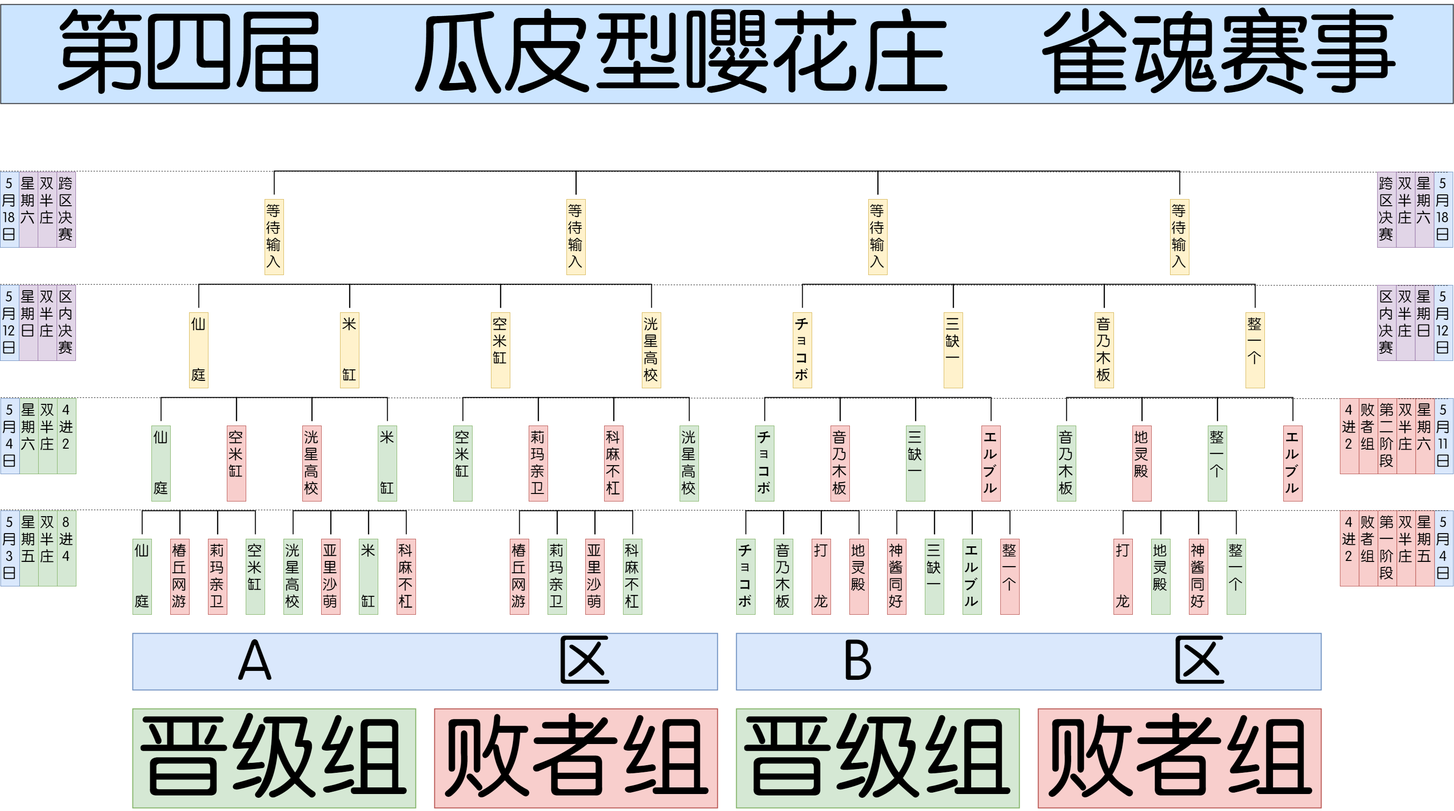
The draw.io diagram Tree Diagram/Tree Diagram-4th.png in psc2350/pcr.mahjong.hexo, before a commit. Source tidied: cells renumbered, new cells last; positions are measured from the earlier drawing's top-left corner, leaving out a move shared by most shapes.
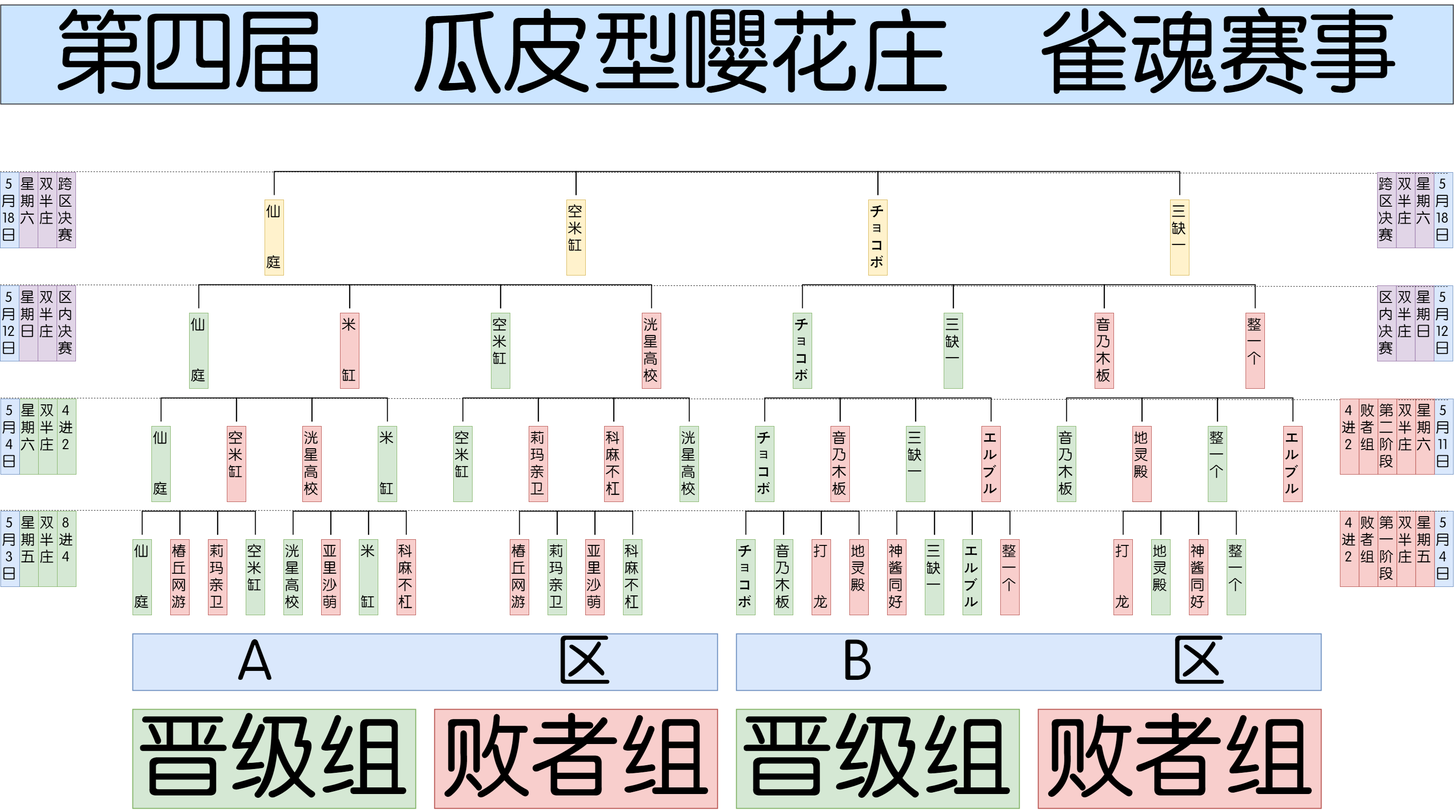
After the change.

Commit message:
Tree Diagram

The edit, as a diff of the source:
```diff
@@ -62,10 +62,10 @@
     <mxCell id="21" style="strokeWidth=2;html=1;shape=mxgraph.flowchart.annotation_1;align=left;direction=south;fontFamily=FZZhunYuan-M02;fontSize=30;" parent="1" vertex="1">
       <mxGeometry x="501" y="833" width="160" height="50" as="geometry" />
     </mxCell>
-    <mxCell id="22" value="仙&lt;br&gt;&lt;br&gt;&lt;br&gt;庭&lt;br&gt;" style="text;html=1;strokeColor=#d6b656;fillColor=#fff2cc;align=center;verticalAlign=top;whiteSpace=wrap;rounded=0;fontFamily=FZZhunYuan-M02;horizontal=1;fontSize=30;" parent="1" vertex="1">
+    <mxCell id="22" value="仙&lt;br&gt;&lt;br&gt;&lt;br&gt;庭&lt;br&gt;" style="text;html=1;strokeColor=#82b366;fillColor=#d5e8d4;align=center;verticalAlign=top;whiteSpace=wrap;rounded=0;fontFamily=FZZhunYuan-M02;horizontal=1;fontSize=30;" parent="1" vertex="1">
       <mxGeometry x="401" y="653" width="40" height="160" as="geometry" />
     </mxCell>
-    <mxCell id="23" value="米&lt;br&gt;&lt;br&gt;&lt;br&gt;缸&lt;br&gt;" style="text;html=1;strokeColor=#d6b656;fillColor=#fff2cc;align=center;verticalAlign=top;whiteSpace=wrap;rounded=0;fontFamily=FZZhunYuan-M02;horizontal=1;fontSize=30;" parent="1" vertex="1">
+    <mxCell id="23" value="米&lt;br&gt;&lt;br&gt;&lt;br&gt;缸&lt;br&gt;" style="text;html=1;strokeColor=#b85450;fillColor=#f8cecc;align=center;verticalAlign=top;whiteSpace=wrap;rounded=0;fontFamily=FZZhunYuan-M02;horizontal=1;fontSize=30;" parent="1" vertex="1">
       <mxGeometry x="721" y="653" width="40" height="160" as="geometry" />
     </mxCell>
     <mxCell id="24" style="strokeWidth=2;html=1;shape=mxgraph.flowchart.annotation_1;align=left;direction=south;fontFamily=FZZhunYuan-M02;fontSize=30;" parent="1" vertex="1">
@@ -74,7 +74,7 @@
     <mxCell id="25" style="strokeWidth=2;html=1;shape=mxgraph.flowchart.annotation_1;align=left;direction=south;fontFamily=FZZhunYuan-M02;fontSize=30;" parent="1" vertex="1">
       <mxGeometry x="741" y="593" width="320" height="50" as="geometry" />
     </mxCell>
-    <mxCell id="26" value="等待输入&lt;br&gt;" style="text;html=1;strokeColor=#d6b656;fillColor=#fff2cc;align=center;verticalAlign=top;whiteSpace=wrap;rounded=0;fontFamily=FZZhunYuan-M02;horizontal=1;fontSize=30;" parent="1" vertex="1">
+    <mxCell id="26" value="仙&lt;br&gt;&lt;br&gt;&lt;br&gt;庭&lt;br&gt;" style="text;html=1;strokeColor=#d6b656;fillColor=#fff2cc;align=center;verticalAlign=top;whiteSpace=wrap;rounded=0;fontFamily=FZZhunYuan-M02;horizontal=1;fontSize=30;" parent="1" vertex="1">
       <mxGeometry x="561" y="413" width="40" height="160" as="geometry" />
     </mxCell>
     <mxCell id="27" style="strokeWidth=2;html=1;shape=mxgraph.flowchart.annotation_1;align=left;direction=south;fontFamily=FZZhunYuan-M02;fontSize=30;" parent="1" vertex="1">
@@ -125,16 +125,16 @@
     <mxCell id="42" style="strokeWidth=2;html=1;shape=mxgraph.flowchart.annotation_1;align=left;direction=south;fontFamily=FZZhunYuan-M02;fontSize=30;" parent="1" vertex="1">
       <mxGeometry x="1301" y="833" width="160" height="50" as="geometry" />
     </mxCell>
-    <mxCell id="43" value="空米缸&lt;br&gt;" style="text;html=1;strokeColor=#d6b656;fillColor=#fff2cc;align=center;verticalAlign=top;whiteSpace=wrap;rounded=0;fontFamily=FZZhunYuan-M02;horizontal=1;fontSize=30;" parent="1" vertex="1">
+    <mxCell id="43" value="空米缸&lt;br&gt;" style="text;html=1;strokeColor=#82b366;fillColor=#d5e8d4;align=center;verticalAlign=top;whiteSpace=wrap;rounded=0;fontFamily=FZZhunYuan-M02;horizontal=1;fontSize=30;" parent="1" vertex="1">
       <mxGeometry x="1041" y="653" width="40" height="160" as="geometry" />
     </mxCell>
-    <mxCell id="44" value="洸星高校&lt;br style=&quot;font-size: 30px&quot;&gt;" style="text;html=1;strokeColor=#d6b656;fillColor=#fff2cc;align=center;verticalAlign=top;whiteSpace=wrap;rounded=0;fontFamily=FZZhunYuan-M02;horizontal=1;fontSize=30;" parent="1" vertex="1">
+    <mxCell id="44" value="洸星高校&lt;br style=&quot;font-size: 30px&quot;&gt;" style="text;html=1;strokeColor=#b85450;fillColor=#f8cecc;align=center;verticalAlign=top;whiteSpace=wrap;rounded=0;fontFamily=FZZhunYuan-M02;horizontal=1;fontSize=30;" parent="1" vertex="1">
       <mxGeometry x="1361" y="653" width="40" height="160" as="geometry" />
     </mxCell>
     <mxCell id="45" style="strokeWidth=2;html=1;shape=mxgraph.flowchart.annotation_1;align=left;direction=south;fontFamily=FZZhunYuan-M02;fontSize=30;" parent="1" vertex="1">
       <mxGeometry x="1061" y="593" width="320" height="50" as="geometry" />
     </mxCell>
-    <mxCell id="46" value="等待输入&lt;br style=&quot;font-size: 30px&quot;&gt;" style="text;html=1;strokeColor=#d6b656;fillColor=#fff2cc;align=center;verticalAlign=top;whiteSpace=wrap;rounded=0;fontFamily=FZZhunYuan-M02;horizontal=1;fontSize=30;" parent="1" vertex="1">
+    <mxCell id="46" value="空米缸&lt;br style=&quot;font-size: 30px&quot;&gt;" style="text;html=1;strokeColor=#d6b656;fillColor=#fff2cc;align=center;verticalAlign=top;whiteSpace=wrap;rounded=0;fontFamily=FZZhunYuan-M02;horizontal=1;fontSize=30;" parent="1" vertex="1">
       <mxGeometry x="1201" y="413" width="40" height="160" as="geometry" />
     </mxCell>
     <mxCell id="47" style="strokeWidth=2;html=1;shape=mxgraph.flowchart.annotation_1;align=left;direction=south;fontFamily=FZZhunYuan-M02;fontSize=30;" parent="1" vertex="1">
@@ -200,10 +200,10 @@
     <mxCell id="67" style="strokeWidth=2;html=1;shape=mxgraph.flowchart.annotation_1;align=left;direction=south;fontFamily=FZZhunYuan-M02;fontSize=30;" parent="1" vertex="1">
       <mxGeometry x="1781" y="833" width="160" height="50" as="geometry" />
     </mxCell>
-    <mxCell id="68" value="チョコボ&lt;br&gt;" style="text;html=1;strokeColor=#d6b656;fillColor=#fff2cc;align=center;verticalAlign=top;whiteSpace=wrap;rounded=0;fontFamily=FZZhunYuan-M02;horizontal=1;fontSize=30;" parent="1" vertex="1">
+    <mxCell id="68" value="チョコボ&lt;br&gt;" style="text;html=1;strokeColor=#82b366;fillColor=#d5e8d4;align=center;verticalAlign=top;whiteSpace=wrap;rounded=0;fontFamily=FZZhunYuan-M02;horizontal=1;fontSize=30;" parent="1" vertex="1">
       <mxGeometry x="1681" y="653" width="40" height="160" as="geometry" />
     </mxCell>
-    <mxCell id="69" value="三缺一&lt;br style=&quot;font-size: 30px&quot;&gt;" style="text;html=1;strokeColor=#d6b656;fillColor=#fff2cc;align=center;verticalAlign=top;whiteSpace=wrap;rounded=0;fontFamily=FZZhunYuan-M02;horizontal=1;fontSize=30;" parent="1" vertex="1">
+    <mxCell id="69" value="三缺一&lt;br style=&quot;font-size: 30px&quot;&gt;" style="text;html=1;strokeColor=#82b366;fillColor=#d5e8d4;align=center;verticalAlign=top;whiteSpace=wrap;rounded=0;fontFamily=FZZhunYuan-M02;horizontal=1;fontSize=30;" parent="1" vertex="1">
       <mxGeometry x="2001" y="653" width="40" height="160" as="geometry" />
     </mxCell>
     <mxCell id="70" style="strokeWidth=2;html=1;shape=mxgraph.flowchart.annotation_1;align=left;direction=south;fontFamily=FZZhunYuan-M02;fontSize=30;" parent="1" vertex="1">
@@ -212,7 +212,7 @@
     <mxCell id="71" style="strokeWidth=2;html=1;shape=mxgraph.flowchart.annotation_1;align=left;direction=south;fontFamily=FZZhunYuan-M02;fontSize=30;" parent="1" vertex="1">
       <mxGeometry x="2021" y="593" width="320" height="50" as="geometry" />
     </mxCell>
-    <mxCell id="72" value="等待输入&lt;br&gt;" style="text;html=1;strokeColor=#d6b656;fillColor=#fff2cc;align=center;verticalAlign=top;whiteSpace=wrap;rounded=0;fontFamily=FZZhunYuan-M02;horizontal=1;fontSize=30;" parent="1" vertex="1">
+    <mxCell id="72" value="チョコボ&lt;br&gt;" style="text;html=1;strokeColor=#d6b656;fillColor=#fff2cc;align=center;verticalAlign=top;whiteSpace=wrap;rounded=0;fontFamily=FZZhunYuan-M02;horizontal=1;fontSize=30;" parent="1" vertex="1">
       <mxGeometry x="1841" y="413" width="40" height="160" as="geometry" />
     </mxCell>
     <mxCell id="73" style="strokeWidth=2;html=1;shape=mxgraph.flowchart.annotation_1;align=left;direction=south;fontFamily=FZZhunYuan-M02;fontSize=30;" parent="1" vertex="1">
@@ -263,16 +263,16 @@
     <mxCell id="88" style="strokeWidth=2;html=1;shape=mxgraph.flowchart.annotation_1;align=left;direction=south;fontFamily=FZZhunYuan-M02;fontSize=30;" parent="1" vertex="1">
       <mxGeometry x="2581" y="833" width="160" height="50" as="geometry" />
     </mxCell>
-    <mxCell id="89" value="音乃木板&lt;br&gt;" style="text;html=1;strokeColor=#d6b656;fillColor=#fff2cc;align=center;verticalAlign=top;whiteSpace=wrap;rounded=0;fontFamily=FZZhunYuan-M02;horizontal=1;fontSize=30;" parent="1" vertex="1">
+    <mxCell id="89" value="音乃木板&lt;br&gt;" style="text;html=1;strokeColor=#b85450;fillColor=#f8cecc;align=center;verticalAlign=top;whiteSpace=wrap;rounded=0;fontFamily=FZZhunYuan-M02;horizontal=1;fontSize=30;" parent="1" vertex="1">
       <mxGeometry x="2321" y="653" width="40" height="160" as="geometry" />
     </mxCell>
-    <mxCell id="90" value="整一个&lt;br style=&quot;font-size: 30px&quot;&gt;" style="text;html=1;strokeColor=#d6b656;fillColor=#fff2cc;align=center;verticalAlign=top;whiteSpace=wrap;rounded=0;fontFamily=FZZhunYuan-M02;horizontal=1;fontSize=30;" parent="1" vertex="1">
+    <mxCell id="90" value="整一个&lt;br style=&quot;font-size: 30px&quot;&gt;" style="text;html=1;strokeColor=#b85450;fillColor=#f8cecc;align=center;verticalAlign=top;whiteSpace=wrap;rounded=0;fontFamily=FZZhunYuan-M02;horizontal=1;fontSize=30;" parent="1" vertex="1">
       <mxGeometry x="2641" y="653" width="40" height="160" as="geometry" />
     </mxCell>
     <mxCell id="91" style="strokeWidth=2;html=1;shape=mxgraph.flowchart.annotation_1;align=left;direction=south;fontFamily=FZZhunYuan-M02;fontSize=30;" parent="1" vertex="1">
       <mxGeometry x="2341" y="593" width="320" height="50" as="geometry" />
     </mxCell>
-    <mxCell id="92" value="等待输入&lt;br style=&quot;font-size: 30px&quot;&gt;" style="text;html=1;strokeColor=#d6b656;fillColor=#fff2cc;align=center;verticalAlign=top;whiteSpace=wrap;rounded=0;fontFamily=FZZhunYuan-M02;horizontal=1;fontSize=30;" parent="1" vertex="1">
+    <mxCell id="92" value="三缺一&lt;br style=&quot;font-size: 30px&quot;&gt;" style="text;html=1;strokeColor=#d6b656;fillColor=#fff2cc;align=center;verticalAlign=top;whiteSpace=wrap;rounded=0;fontFamily=FZZhunYuan-M02;horizontal=1;fontSize=30;" parent="1" vertex="1">
       <mxGeometry x="2481" y="413" width="40" height="160" as="geometry" />
     </mxCell>
     <mxCell id="93" value="&lt;div style=&quot;font-size: 190px&quot; align=&quot;center&quot;&gt;晋级组&lt;br&gt;&lt;/div&gt;" style="rounded=0;whiteSpace=wrap;html=1;fontFamily=FZZhunYuan-M02;fontSize=30;align=center;strokeColor=#82b366;strokeWidth=2;fillColor=#d5e8d4;" parent="1" vertex="1">
```
